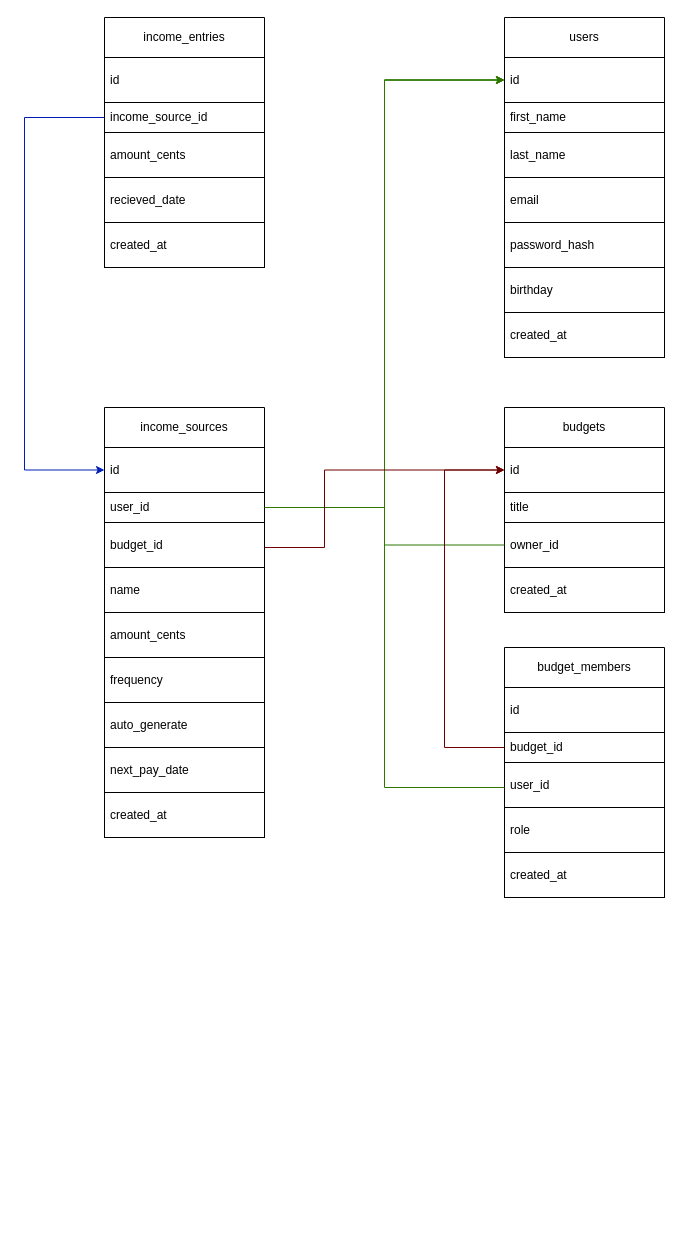
Before: docs/sql_table_diagram.drawio in Jmspencer41/budget-app, a draw.io diagram. Source tidied: cells renumbered, new cells numbered last; positions are measured from the earlier drawing's top-left corner, leaving out a move shared by most shapes. Both pictures are drawn from the tidied source at 100%, with x=0, y=0 at pixel (24, 17).
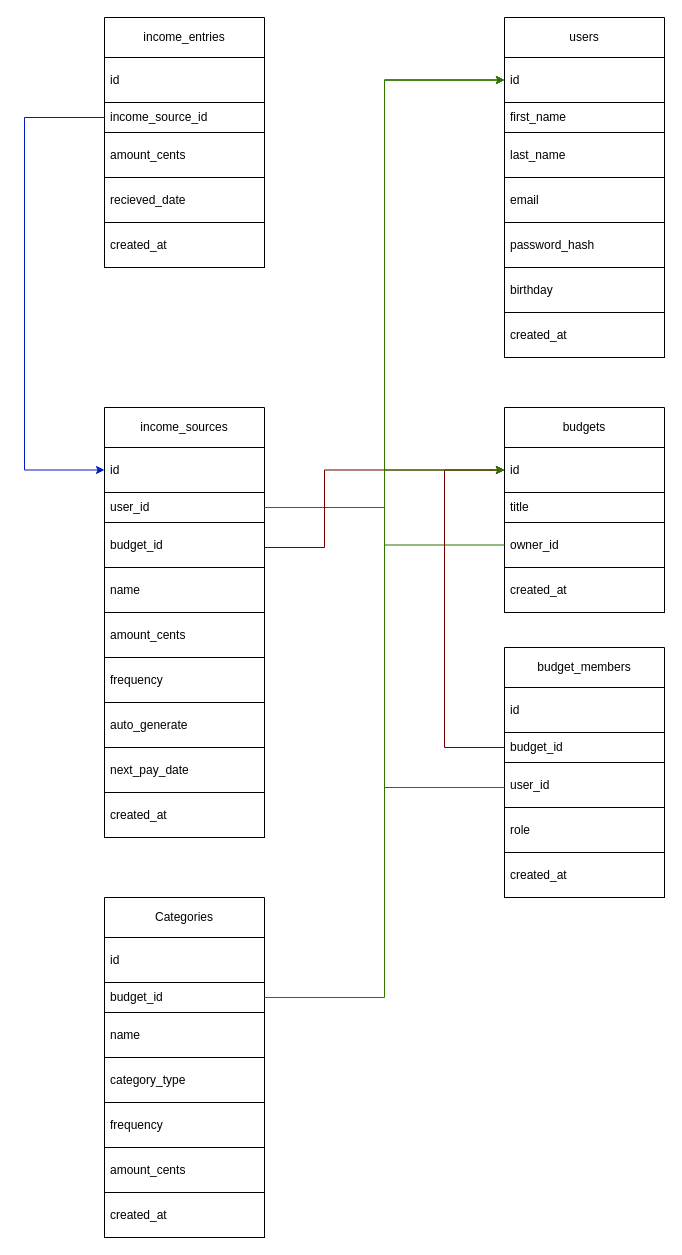
The same page after the edit.

Unchanged cells that the change refers to:
```xml
<mxCell id="11" value="id" style="text;strokeColor=default;fillColor=none;align=left;verticalAlign=middle;spacingLeft=4;spacingRight=4;overflow=hidden;points=[[0,0.5],[1,0.5]];portConstraint=eastwest;whiteSpace=wrap;html=1;" parent="10" vertex="1">
  <mxGeometry y="40" width="160" height="45" as="geometry" />
</mxCell>
```

Change to the diagram source:
```diff
@@
+    <mxCell id="43" value="Categories" style="swimlane;fontStyle=0;horizontal=1;startSize=40;whiteSpace=wrap;html=1;miterlimit=5;" parent="1" vertex="1">
+      <mxGeometry x="80" y="880" width="160" height="340" as="geometry" />
+    </mxCell>
+    <mxCell id="44" value="id" style="text;strokeColor=default;fillColor=none;align=left;verticalAlign=middle;spacingLeft=4;spacingRight=4;overflow=hidden;whiteSpace=wrap;html=1;" parent="43" vertex="1">
+      <mxGeometry y="40" width="160" height="45" as="geometry" />
+    </mxCell>
+    <mxCell id="45" value="budget_id" style="text;strokeColor=default;fillColor=none;align=left;verticalAlign=middle;spacingLeft=4;spacingRight=4;overflow=hidden;points=[[0,0.5],[1,0.5]];portConstraint=eastwest;whiteSpace=wrap;html=1;" parent="43" vertex="1">
+      <mxGeometry y="85" width="160" height="30" as="geometry" />
+    </mxCell>
+    <mxCell id="46" value="&lt;div&gt;&lt;span style=&quot;background-color: transparent; color: light-dark(rgb(0, 0, 0), rgb(255, 255, 255));&quot;&gt;name&lt;/span&gt;&lt;/div&gt;" style="text;strokeColor=default;fillColor=none;align=left;verticalAlign=middle;spacingLeft=4;spacingRight=4;overflow=hidden;whiteSpace=wrap;html=1;" parent="43" vertex="1">
+      <mxGeometry y="115" width="160" height="45" as="geometry" />
+    </mxCell>
+    <mxCell id="47" value="category_type" style="text;strokeColor=default;fillColor=none;align=left;verticalAlign=middle;spacingLeft=4;spacingRight=4;overflow=hidden;whiteSpace=wrap;html=1;" parent="43" vertex="1">
+      <mxGeometry y="160" width="160" height="45" as="geometry" />
+    </mxCell>
+    <mxCell id="48" value="frequency" style="text;strokeColor=default;fillColor=none;align=left;verticalAlign=middle;spacingLeft=4;spacingRight=4;overflow=hidden;whiteSpace=wrap;html=1;" parent="43" vertex="1">
+      <mxGeometry y="205" width="160" height="45" as="geometry" />
+    </mxCell>
+    <mxCell id="49" value="amount_cents" style="text;strokeColor=default;fillColor=none;align=left;verticalAlign=middle;spacingLeft=4;spacingRight=4;overflow=hidden;whiteSpace=wrap;html=1;" parent="43" vertex="1">
+      <mxGeometry y="250" width="160" height="45" as="geometry" />
+    </mxCell>
+    <mxCell id="50" value="created_at" style="text;strokeColor=default;fillColor=none;align=left;verticalAlign=middle;spacingLeft=4;spacingRight=4;overflow=hidden;whiteSpace=wrap;html=1;" parent="43" vertex="1">
+      <mxGeometry y="295" width="160" height="45" as="geometry" />
+    </mxCell>
+    <mxCell id="51" style="edgeStyle=orthogonalEdgeStyle;rounded=0;jettySize=auto;html=1;entryX=0;entryY=0.5;entryDx=0;entryDy=0;fillColor=#60a917;strokeColor=#2D7600;" parent="1" edge="1" source="45" target="11">
+      <mxGeometry relative="1" as="geometry" />
+    </mxCell>
```
